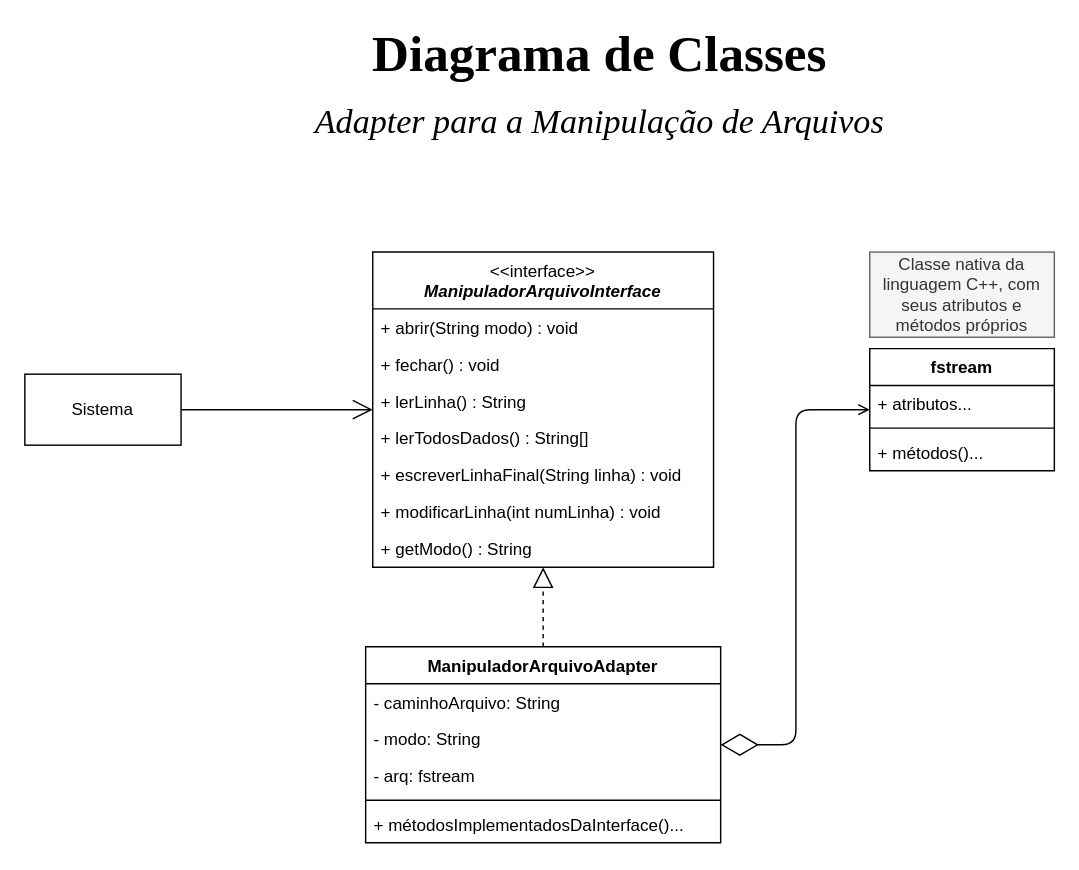
V1torMiranda/ifpb-biblioteca-comunitaria keeps this draw.io diagram as documents/diagramas/Classes-ManipuladorArquivo-Adapter.drawio. Above is the earlier version. Source tidied: cells renumbered, new cells numbered last; positions are measured from the earlier drawing's top-left corner, leaving out a move shared by most shapes. Both pictures are drawn from the tidied source at 142%, with x=0, y=0 at pixel (24, 36).
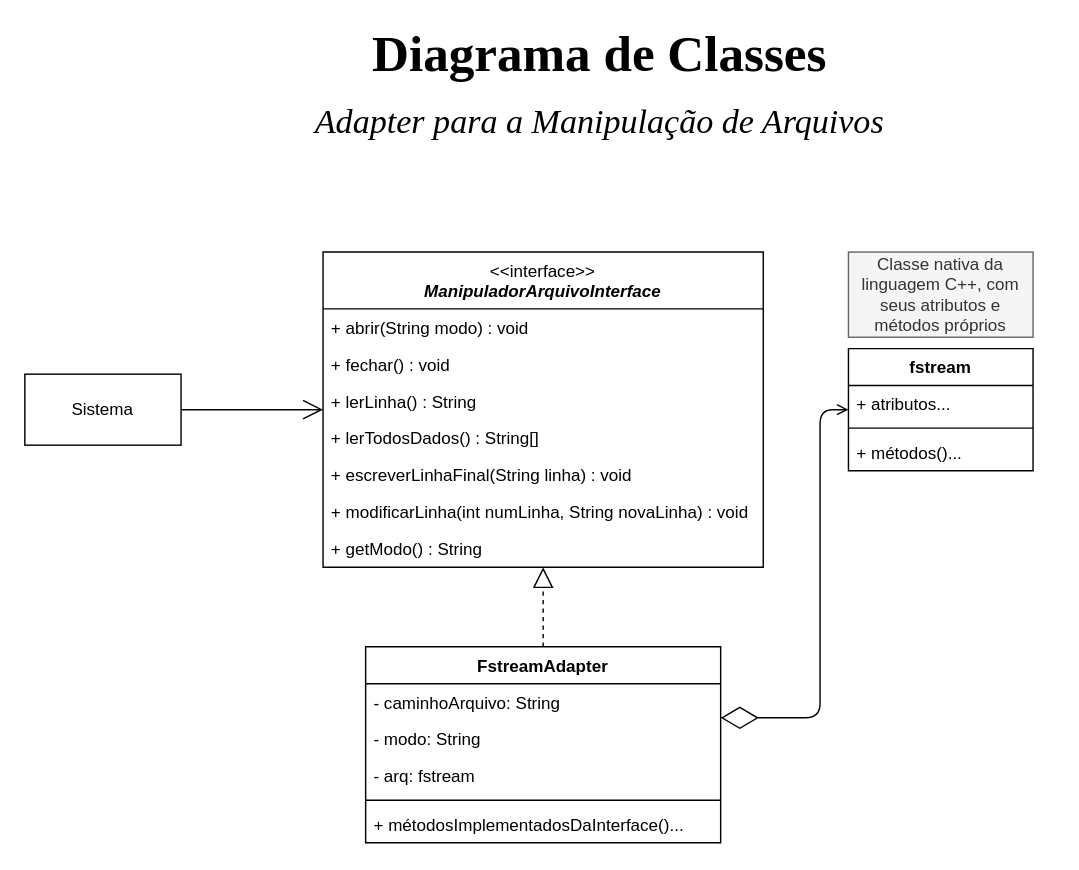
The same page after the edit.

Commit message (it also covers changes not shown here):
Implementando o Adapter para manipulação de arquivos

The change refers to these unchanged cells:
```xml
<mxCell id="20" value="fstream" style="swimlane;fontStyle=1;align=center;verticalAlign=top;horizontal=1;startSize=26;whiteSpace=wrap;html=1;" parent="18" vertex="1">
  <mxGeometry y="68" width="130" height="86" as="geometry" />
</mxCell>
```

What changed in the source:
```diff
@@
     <mxCell id="4" value="&lt;div&gt;&lt;span style=&quot;font-weight: normal;&quot;&gt;&amp;lt;&amp;lt;interface&amp;gt;&amp;gt;&lt;/span&gt;&lt;/div&gt;&lt;i&gt;ManipuladorArquivoInterface&lt;/i&gt;" style="swimlane;fontStyle=1;align=center;verticalAlign=top;horizontal=1;startSize=40;whiteSpace=wrap;html=1;strokeColor=#000000;" parent="1" vertex="1">
-      <mxGeometry x="245" y="152" width="240" height="222" as="geometry" />
+      <mxGeometry x="210" y="152" width="310" height="222" as="geometry" />
     </mxCell>
     <mxCell id="5" value="+ abrir(String modo) : void" style="text;strokeColor=none;fillColor=none;align=left;verticalAlign=top;spacingLeft=4;spacingRight=4;overflow=hidden;whiteSpace=wrap;html=1;" parent="4" vertex="1">
-      <mxGeometry y="40" width="240" height="26" as="geometry" />
+      <mxGeometry y="40" width="310" height="26" as="geometry" />
     </mxCell>
     <mxCell id="6" value="+ fechar() : void" style="text;strokeColor=none;fillColor=none;align=left;verticalAlign=top;spacingLeft=4;spacingRight=4;overflow=hidden;whiteSpace=wrap;html=1;" parent="4" vertex="1">
-      <mxGeometry y="66" width="240" height="26" as="geometry" />
+      <mxGeometry y="66" width="310" height="26" as="geometry" />
     </mxCell>
     <mxCell id="7" value="+ lerLinha() : String" style="text;strokeColor=none;fillColor=none;align=left;verticalAlign=top;spacingLeft=4;spacingRight=4;overflow=hidden;whiteSpace=wrap;html=1;" parent="4" vertex="1">
-      <mxGeometry y="92" width="240" height="26" as="geometry" />
+      <mxGeometry y="92" width="310" height="26" as="geometry" />
     </mxCell>
     <mxCell id="8" value="+ lerTodosDados() : String[]" style="text;strokeColor=none;fillColor=none;align=left;verticalAlign=top;spacingLeft=4;spacingRight=4;overflow=hidden;whiteSpace=wrap;html=1;" parent="4" vertex="1">
-      <mxGeometry y="118" width="240" height="26" as="geometry" />
+      <mxGeometry y="118" width="310" height="26" as="geometry" />
     </mxCell>
     <mxCell id="9" value="+ escreverLinhaFinal(String linha) : void" style="text;strokeColor=none;fillColor=none;align=left;verticalAlign=top;spacingLeft=4;spacingRight=4;overflow=hidden;whiteSpace=wrap;html=1;" parent="4" vertex="1">
-      <mxGeometry y="144" width="240" height="26" as="geometry" />
+      <mxGeometry y="144" width="310" height="26" as="geometry" />
     </mxCell>
-    <mxCell id="10" value="+ modificarLinha(int numLinha) : void" style="text;strokeColor=none;fillColor=none;align=left;verticalAlign=top;spacingLeft=4;spacingRight=4;overflow=hidden;whiteSpace=wrap;html=1;" parent="4" vertex="1">
-      <mxGeometry y="170" width="240" height="26" as="geometry" />
+    <mxCell id="10" value="+ modificarLinha(int numLinha, String novaLinha) : void" style="text;strokeColor=none;fillColor=none;align=left;verticalAlign=top;spacingLeft=4;spacingRight=4;overflow=hidden;whiteSpace=wrap;html=1;" parent="4" vertex="1">
+      <mxGeometry y="170" width="310" height="26" as="geometry" />
     </mxCell>
     <mxCell id="11" value="+ getModo() : String" style="text;strokeColor=none;fillColor=none;align=left;verticalAlign=top;spacingLeft=4;spacingRight=4;overflow=hidden;whiteSpace=wrap;html=1;" parent="4" vertex="1">
-      <mxGeometry y="196" width="240" height="26" as="geometry" />
+      <mxGeometry y="196" width="310" height="26" as="geometry" />
     </mxCell>
-    <mxCell id="12" value="ManipuladorArquivoAdapter" style="swimlane;fontStyle=1;align=center;verticalAlign=top;horizontal=1;startSize=26;whiteSpace=wrap;html=1;" parent="1" vertex="1">
+    <mxCell id="12" value="FstreamAdapter" style="swimlane;fontStyle=1;align=center;verticalAlign=top;horizontal=1;startSize=26;whiteSpace=wrap;html=1;" parent="1" vertex="1">
       <mxGeometry x="240" y="430" width="250" height="138" as="geometry" />
     </mxCell>
@@
     <mxCell id="18" style="group;" parent="1" vertex="1">
-      <mxGeometry x="595" y="152" width="130" height="154" as="geometry" />
+      <mxGeometry x="580" y="152" width="130" height="154" as="geometry" />
     </mxCell>
@@
     <mxCell id="25" style="endArrow=diamondThin;endFill=0;endSize=24;html=1;startArrow=open;startFill=0;edgeStyle=elbowEdgeStyle;" parent="1" edge="1" source="20" target="12">
-      <mxGeometry relative="1" as="geometry" />
+      <mxGeometry relative="1" as="geometry">
+        <Array as="points">
+          <mxPoint x="560" y="480" />
+        </Array>
+      </mxGeometry>
     </mxCell>
```
